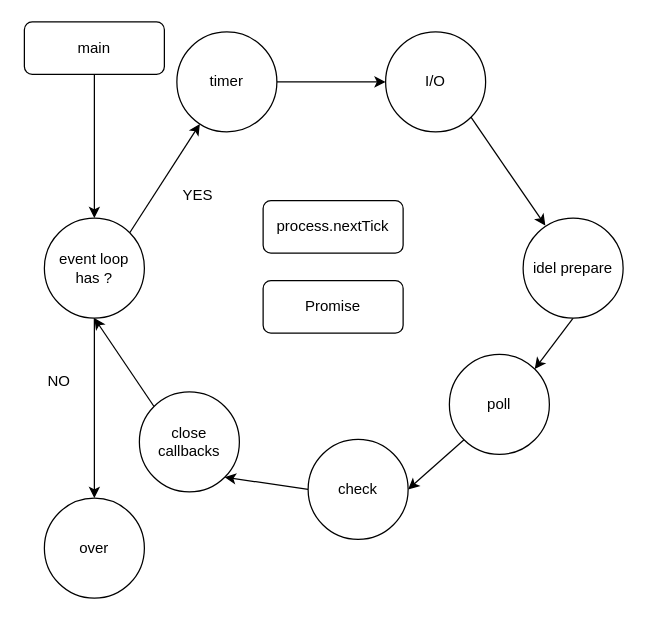
Before: drawios/node_event_loop.drawio in aloniacode/fucking-web-interview, a draw.io diagram. Source tidied: cells renumbered, new cells numbered last; positions are measured from the earlier drawing's top-left corner, leaving out a move shared by most shapes. Both pictures are drawn from the tidied source at 125%, with x=0, y=0 at pixel (21, 21).
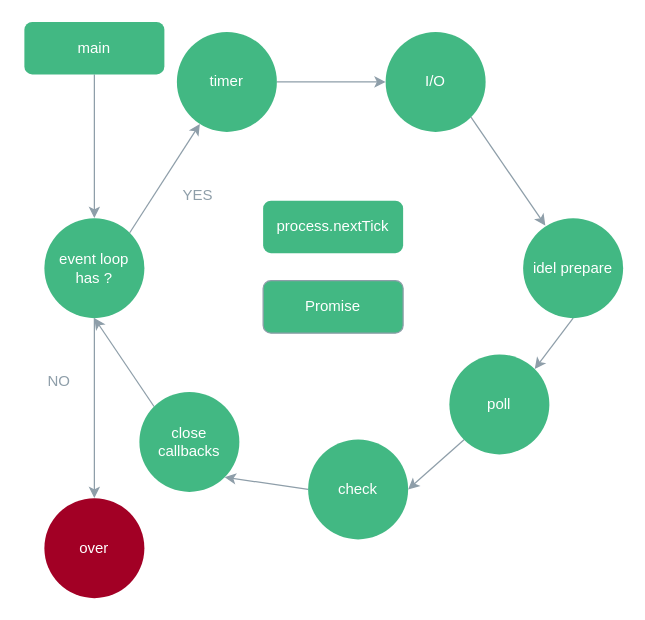
The same diagram, later.

Change to the diagram source:
```diff
@@
-    <mxCell id="2" style="edgeStyle=none;html=1;exitX=0.5;exitY=1;exitDx=0;exitDy=0;entryX=0.5;entryY=0;entryDx=0;entryDy=0;" parent="1" edge="1" source="3" target="6">
+    <mxCell id="2" style="edgeStyle=none;html=1;exitX=0.5;exitY=1;exitDx=0;exitDy=0;entryX=0.5;entryY=0;entryDx=0;entryDy=0;strokeColor=#8E9EA9;fontColor=#8E9EA9;" parent="1" edge="1" source="3" target="6">
       <mxGeometry relative="1" as="geometry" />
     </mxCell>
-    <mxCell id="3" value="main" style="rounded=1;whiteSpace=wrap;html=1;" parent="1" vertex="1">
+    <mxCell id="3" value="main" style="rounded=1;whiteSpace=wrap;html=1;strokeColor=none;fontColor=#FFFFFF;fillColor=#42B883;" parent="1" vertex="1">
       <mxGeometry x="2" width="112" height="42" as="geometry" />
     </mxCell>
-    <mxCell id="4" style="edgeStyle=none;html=1;exitX=0.5;exitY=1;exitDx=0;exitDy=0;" parent="1" edge="1" source="6" target="7">
+    <mxCell id="4" style="edgeStyle=none;html=1;exitX=0.5;exitY=1;exitDx=0;exitDy=0;strokeColor=#8E9EA9;fontColor=#8E9EA9;" parent="1" edge="1" source="6" target="7">
       <mxGeometry relative="1" as="geometry" />
     </mxCell>
-    <mxCell id="5" style="edgeStyle=none;html=1;exitX=1;exitY=0;exitDx=0;exitDy=0;" parent="1" edge="1" source="6" target="9">
+    <mxCell id="5" style="edgeStyle=none;html=1;exitX=1;exitY=0;exitDx=0;exitDy=0;strokeColor=#8E9EA9;fontColor=#8E9EA9;" parent="1" edge="1" source="6" target="9">
       <mxGeometry relative="1" as="geometry" />
     </mxCell>
-    <mxCell id="6" value="event loop&lt;br&gt;has ?" style="ellipse;whiteSpace=wrap;html=1;" parent="1" vertex="1">
+    <mxCell id="6" value="event loop&lt;br&gt;has ?" style="ellipse;whiteSpace=wrap;html=1;strokeColor=none;fontColor=#FFFFFF;fillColor=#42B883;" parent="1" vertex="1">
       <mxGeometry x="18" y="157" width="80" height="80" as="geometry" />
     </mxCell>
-    <mxCell id="7" value="over" style="ellipse;whiteSpace=wrap;html=1;" parent="1" vertex="1">
+    <mxCell id="7" value="over" style="ellipse;whiteSpace=wrap;html=1;strokeColor=none;fontColor=#ffffff;fillColor=#a20025;" parent="1" vertex="1">
       <mxGeometry x="18" y="381" width="80" height="80" as="geometry" />
     </mxCell>
-    <mxCell id="8" style="edgeStyle=none;html=1;exitX=1;exitY=0.5;exitDx=0;exitDy=0;entryX=0;entryY=0.5;entryDx=0;entryDy=0;" parent="1" edge="1" source="9" target="11">
+    <mxCell id="8" style="edgeStyle=none;html=1;exitX=1;exitY=0.5;exitDx=0;exitDy=0;entryX=0;entryY=0.5;entryDx=0;entryDy=0;strokeColor=#8E9EA9;fontColor=#8E9EA9;" parent="1" edge="1" source="9" target="11">
       <mxGeometry relative="1" as="geometry" />
     </mxCell>
-    <mxCell id="9" value="timer" style="ellipse;whiteSpace=wrap;html=1;" parent="1" vertex="1">
+    <mxCell id="9" value="timer" style="ellipse;whiteSpace=wrap;html=1;strokeColor=none;fontColor=#FFFFFF;fillColor=#42B883;" parent="1" vertex="1">
       <mxGeometry x="124" y="8" width="80" height="80" as="geometry" />
     </mxCell>
-    <mxCell id="10" style="edgeStyle=none;html=1;exitX=1;exitY=1;exitDx=0;exitDy=0;entryX=0.222;entryY=0.074;entryDx=0;entryDy=0;entryPerimeter=0;" parent="1" edge="1" source="11" target="13">
+    <mxCell id="10" style="edgeStyle=none;html=1;exitX=1;exitY=1;exitDx=0;exitDy=0;entryX=0.222;entryY=0.074;entryDx=0;entryDy=0;entryPerimeter=0;strokeColor=#8E9EA9;fontColor=#8E9EA9;" parent="1" edge="1" source="11" target="13">
       <mxGeometry relative="1" as="geometry" />
     </mxCell>
-    <mxCell id="11" value="I/O" style="ellipse;whiteSpace=wrap;html=1;" parent="1" vertex="1">
+    <mxCell id="11" value="I/O" style="ellipse;whiteSpace=wrap;html=1;strokeColor=none;fontColor=#FFFFFF;fillColor=#42B883;" parent="1" vertex="1">
       <mxGeometry x="291" y="8" width="80" height="80" as="geometry" />
     </mxCell>
-    <mxCell id="12" style="edgeStyle=none;html=1;exitX=0.5;exitY=1;exitDx=0;exitDy=0;entryX=1;entryY=0;entryDx=0;entryDy=0;" parent="1" edge="1" source="13" target="15">
+    <mxCell id="12" style="edgeStyle=none;html=1;exitX=0.5;exitY=1;exitDx=0;exitDy=0;entryX=1;entryY=0;entryDx=0;entryDy=0;strokeColor=#8E9EA9;fontColor=#8E9EA9;" parent="1" edge="1" source="13" target="15">
       <mxGeometry relative="1" as="geometry" />
     </mxCell>
-    <mxCell id="13" value="idel prepare" style="ellipse;whiteSpace=wrap;html=1;" parent="1" vertex="1">
+    <mxCell id="13" value="idel prepare" style="ellipse;whiteSpace=wrap;html=1;strokeColor=none;fontColor=#FFFFFF;fillColor=#42B883;" parent="1" vertex="1">
       <mxGeometry x="401" y="157" width="80" height="80" as="geometry" />
     </mxCell>
-    <mxCell id="14" style="edgeStyle=none;html=1;exitX=0;exitY=1;exitDx=0;exitDy=0;entryX=1;entryY=0.5;entryDx=0;entryDy=0;" parent="1" edge="1" source="15" target="17">
+    <mxCell id="14" style="edgeStyle=none;html=1;exitX=0;exitY=1;exitDx=0;exitDy=0;entryX=1;entryY=0.5;entryDx=0;entryDy=0;strokeColor=#8E9EA9;fontColor=#8E9EA9;" parent="1" edge="1" source="15" target="17">
       <mxGeometry relative="1" as="geometry" />
     </mxCell>
-    <mxCell id="15" value="poll" style="ellipse;whiteSpace=wrap;html=1;" parent="1" vertex="1">
+    <mxCell id="15" value="poll" style="ellipse;whiteSpace=wrap;html=1;strokeColor=none;fontColor=#FFFFFF;fillColor=#42B883;" parent="1" vertex="1">
       <mxGeometry x="342" y="266" width="80" height="80" as="geometry" />
     </mxCell>
-    <mxCell id="16" style="edgeStyle=none;html=1;exitX=0;exitY=0.5;exitDx=0;exitDy=0;entryX=1;entryY=1;entryDx=0;entryDy=0;" parent="1" edge="1" source="17" target="19">
+    <mxCell id="16" style="edgeStyle=none;html=1;exitX=0;exitY=0.5;exitDx=0;exitDy=0;entryX=1;entryY=1;entryDx=0;entryDy=0;strokeColor=#8E9EA9;fontColor=#8E9EA9;" parent="1" edge="1" source="17" target="19">
       <mxGeometry relative="1" as="geometry" />
     </mxCell>
-    <mxCell id="17" value="check" style="ellipse;whiteSpace=wrap;html=1;" parent="1" vertex="1">
+    <mxCell id="17" value="check" style="ellipse;whiteSpace=wrap;html=1;strokeColor=none;fontColor=#FFFFFF;fillColor=#42B883;" parent="1" vertex="1">
       <mxGeometry x="229" y="334" width="80" height="80" as="geometry" />
     </mxCell>
-    <mxCell id="18" style="edgeStyle=none;html=1;exitX=0;exitY=0;exitDx=0;exitDy=0;entryX=0.5;entryY=1;entryDx=0;entryDy=0;" parent="1" edge="1" source="19" target="6">
+    <mxCell id="18" style="edgeStyle=none;html=1;exitX=0;exitY=0;exitDx=0;exitDy=0;entryX=0.5;entryY=1;entryDx=0;entryDy=0;strokeColor=#8E9EA9;fontColor=#8E9EA9;" parent="1" edge="1" source="19" target="6">
       <mxGeometry relative="1" as="geometry" />
     </mxCell>
-    <mxCell id="19" value="close&lt;br&gt;callbacks" style="ellipse;whiteSpace=wrap;html=1;" parent="1" vertex="1">
+    <mxCell id="19" value="close&lt;br&gt;callbacks" style="ellipse;whiteSpace=wrap;html=1;strokeColor=none;fontColor=#FFFFFF;fillColor=#42B883;" parent="1" vertex="1">
       <mxGeometry x="94" y="296" width="80" height="80" as="geometry" />
     </mxCell>
-    <mxCell id="20" value="YES" style="text;strokeColor=none;align=center;fillColor=none;html=1;verticalAlign=middle;whiteSpace=wrap;rounded=0;" parent="1" vertex="1">
+    <mxCell id="20" value="YES" style="text;strokeColor=none;align=center;fillColor=none;html=1;verticalAlign=middle;whiteSpace=wrap;rounded=0;fontColor=#8E9EA9;" parent="1" vertex="1">
       <mxGeometry x="111" y="127" width="60" height="24" as="geometry" />
     </mxCell>
-    <mxCell id="21" value="NO" style="text;strokeColor=none;align=center;fillColor=none;html=1;verticalAlign=middle;whiteSpace=wrap;rounded=0;" parent="1" vertex="1">
+    <mxCell id="21" value="NO" style="text;strokeColor=none;align=center;fillColor=none;html=1;verticalAlign=middle;whiteSpace=wrap;rounded=0;fontColor=#8E9EA9;" parent="1" vertex="1">
       <mxGeometry y="276" width="60" height="24" as="geometry" />
     </mxCell>
-    <mxCell id="22" value="process.nextTick" style="rounded=1;whiteSpace=wrap;html=1;" parent="1" vertex="1">
+    <mxCell id="22" value="process.nextTick" style="rounded=1;whiteSpace=wrap;html=1;strokeColor=none;fontColor=#FFFFFF;fillColor=#42B883;" parent="1" vertex="1">
       <mxGeometry x="193" y="143" width="112" height="42" as="geometry" />
     </mxCell>
-    <mxCell id="23" value="Promise" style="rounded=1;whiteSpace=wrap;html=1;" parent="1" vertex="1">
+    <mxCell id="23" value="Promise" style="rounded=1;whiteSpace=wrap;html=1;strokeColor=#8E9EA9;fontColor=#FFFFFF;fillColor=#42B883;" parent="1" vertex="1">
       <mxGeometry x="193" y="207" width="112" height="42" as="geometry" />
     </mxCell>
```
